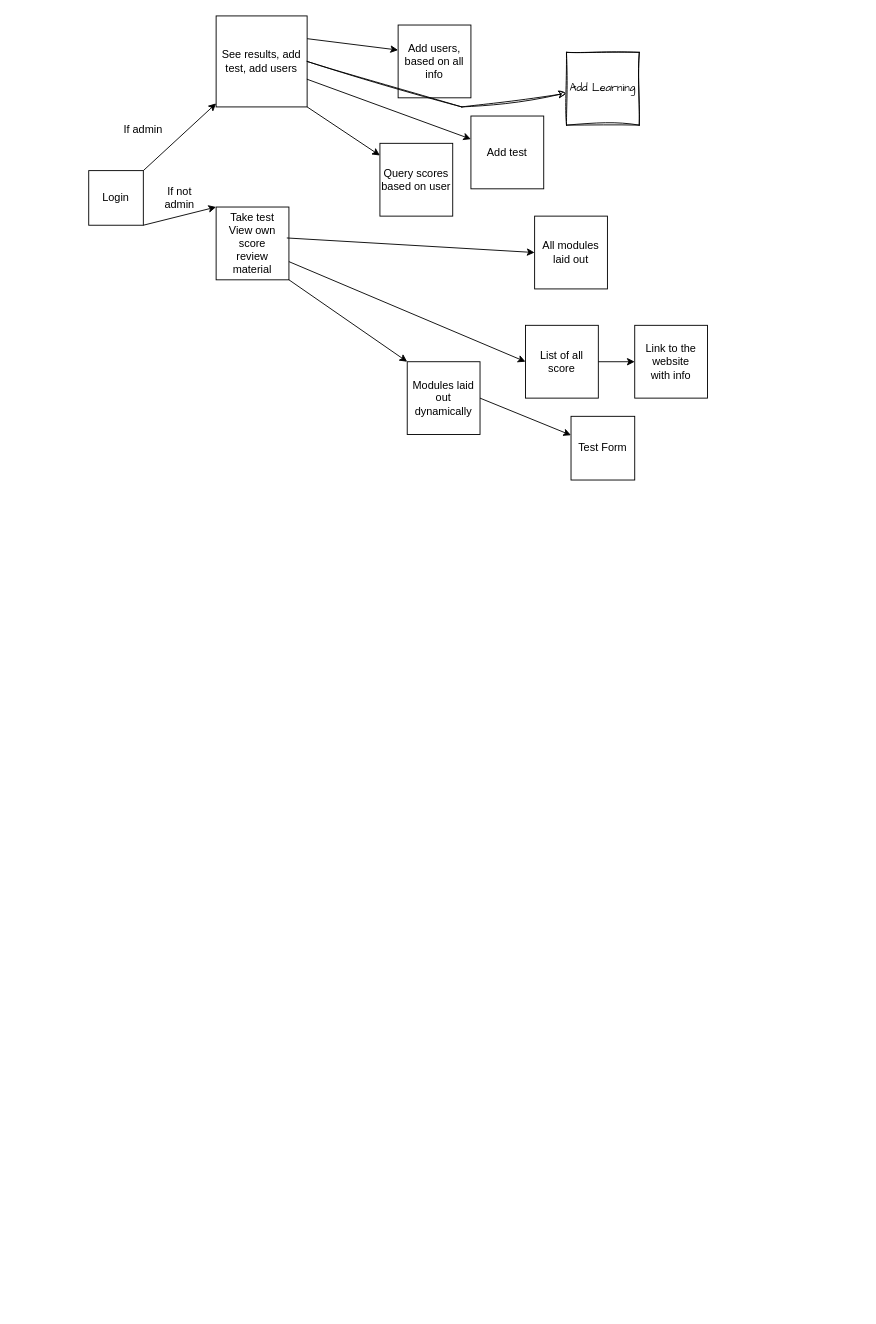
The draw.io diagram SkilltronicsLayout.drawio in Dylan-Hoang03/Skilltronics, before the edit. Source tidied: cells renumbered, new cells numbered last; positions are measured from the earlier drawing's top-left corner, leaving out a move shared by most shapes. Both pictures are drawn from the tidied source at 91%, with x=0, y=0 at pixel (88, 15).
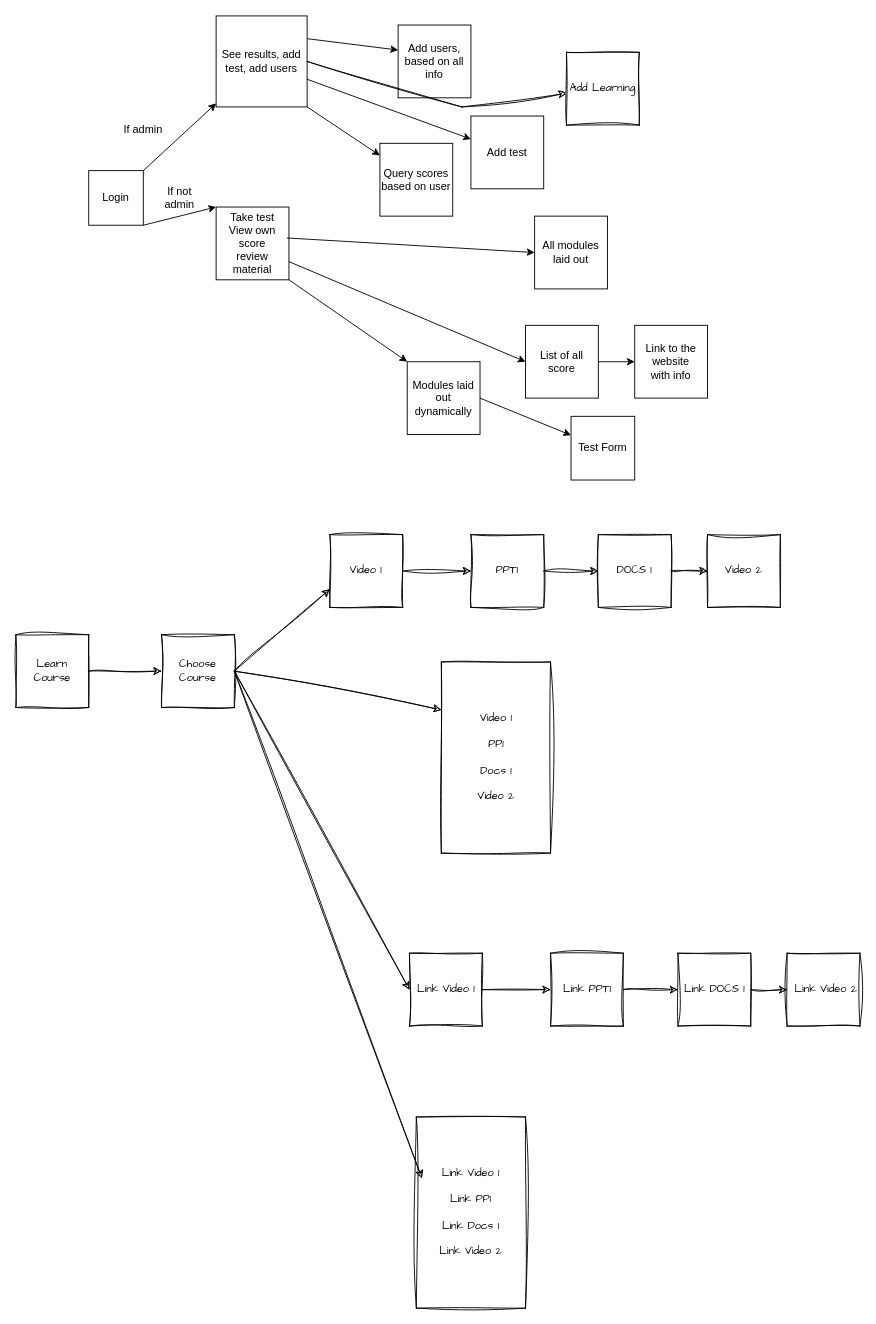
The same page after the edit.

Change to the diagram source:
```diff
@@
+    <mxCell id="27" value="Learn Course" style="whiteSpace=wrap;html=1;sketch=1;hachureGap=4;jiggle=2;curveFitting=1;fontFamily=Architects Daughter;direction=south;" parent="1" vertex="1">
+      <mxGeometry x="-80" y="680" width="80" height="80" as="geometry" />
+    </mxCell>
+    <mxCell id="28" style="endArrow=classic;html=1;rounded=0;sketch=1;hachureGap=4;jiggle=2;curveFitting=1;fontFamily=Architects Daughter;exitX=0.5;exitY=0;exitDx=0;exitDy=0;" parent="1" edge="1" source="27">
+      <mxGeometry relative="1" as="geometry">
+        <mxPoint x="80" y="720" as="targetPoint" />
+      </mxGeometry>
+    </mxCell>
+    <mxCell id="29" value="Choose Course" style="whiteSpace=wrap;html=1;sketch=1;hachureGap=4;jiggle=2;curveFitting=1;fontFamily=Architects Daughter;" parent="1" vertex="1">
+      <mxGeometry x="80" y="680" width="80" height="80" as="geometry" />
+    </mxCell>
+    <mxCell id="30" value="Video 1" style="whiteSpace=wrap;html=1;sketch=1;hachureGap=4;jiggle=2;curveFitting=1;fontFamily=Architects Daughter;" parent="1" vertex="1">
+      <mxGeometry x="265" y="570" width="80" height="80" as="geometry" />
+    </mxCell>
+    <mxCell id="31" value="Video 2" style="whiteSpace=wrap;html=1;sketch=1;hachureGap=4;jiggle=2;curveFitting=1;fontFamily=Architects Daughter;" parent="1" vertex="1">
+      <mxGeometry x="680" y="570" width="80" height="80" as="geometry" />
+    </mxCell>
+    <mxCell id="32" value="DOCS 1" style="whiteSpace=wrap;html=1;sketch=1;hachureGap=4;jiggle=2;curveFitting=1;fontFamily=Architects Daughter;" parent="1" vertex="1">
+      <mxGeometry x="560" y="570" width="80" height="80" as="geometry" />
+    </mxCell>
+    <mxCell id="33" value="PPT1" style="whiteSpace=wrap;html=1;sketch=1;hachureGap=4;jiggle=2;curveFitting=1;fontFamily=Architects Daughter;" parent="1" vertex="1">
+      <mxGeometry x="420" y="570" width="80" height="80" as="geometry" />
+    </mxCell>
+    <mxCell id="34" style="endArrow=classic;html=1;rounded=0;sketch=1;hachureGap=4;jiggle=2;curveFitting=1;fontFamily=Architects Daughter;entryX=0;entryY=0.5;entryDx=0;entryDy=0;exitX=1;exitY=0.5;exitDx=0;exitDy=0;" parent="1" edge="1" source="33" target="32">
+      <mxGeometry relative="1" as="geometry" />
+    </mxCell>
+    <mxCell id="35" style="endArrow=classic;html=1;rounded=0;sketch=1;hachureGap=4;jiggle=2;curveFitting=1;fontFamily=Architects Daughter;entryX=0;entryY=0.5;entryDx=0;entryDy=0;" parent="1" edge="1" source="32" target="31">
+      <mxGeometry relative="1" as="geometry" />
+    </mxCell>
+    <mxCell id="36" style="endArrow=classic;html=1;rounded=0;sketch=1;hachureGap=4;jiggle=2;curveFitting=1;fontFamily=Architects Daughter;exitX=1;exitY=0.5;exitDx=0;exitDy=0;entryX=0;entryY=0.5;entryDx=0;entryDy=0;" parent="1" edge="1" source="30" target="33">
+      <mxGeometry relative="1" as="geometry" />
+    </mxCell>
+    <mxCell id="37" style="endArrow=classic;html=1;rounded=0;sketch=1;hachureGap=4;jiggle=2;curveFitting=1;fontFamily=Architects Daughter;entryX=0;entryY=0.75;entryDx=0;entryDy=0;exitX=1;exitY=0.5;exitDx=0;exitDy=0;" parent="1" edge="1" source="29" target="30">
+      <mxGeometry relative="1" as="geometry">
+        <Array as="points">
+          <mxPoint x="160" y="720" />
+        </Array>
+      </mxGeometry>
+    </mxCell>
+    <mxCell id="38" value="Video 1&lt;div&gt;&lt;br&gt;&lt;/div&gt;&lt;div&gt;PP1&lt;/div&gt;&lt;div&gt;&lt;br&gt;&lt;/div&gt;&lt;div&gt;Docs 1&lt;/div&gt;&lt;div&gt;&lt;br&gt;&lt;/div&gt;&lt;div&gt;Video 2&lt;/div&gt;" style="rounded=0;whiteSpace=wrap;html=1;sketch=1;hachureGap=4;jiggle=2;curveFitting=1;fontFamily=Architects Daughter;" parent="1" vertex="1">
+      <mxGeometry x="387.5" y="710" width="120" height="210" as="geometry" />
+    </mxCell>
+    <mxCell id="39" style="endArrow=classic;html=1;rounded=0;sketch=1;hachureGap=4;jiggle=2;curveFitting=1;fontFamily=Architects Daughter;exitX=1;exitY=0.5;exitDx=0;exitDy=0;entryX=0;entryY=0.25;entryDx=0;entryDy=0;" parent="1" edge="1" source="29" target="38">
+      <mxGeometry relative="1" as="geometry" />
+    </mxCell>
+    <mxCell id="40" value="Link Video 1" style="whiteSpace=wrap;html=1;sketch=1;hachureGap=4;jiggle=2;curveFitting=1;fontFamily=Architects Daughter;" parent="1" vertex="1">
+      <mxGeometry x="352.5" y="1030" width="80" height="80" as="geometry" />
+    </mxCell>
+    <mxCell id="41" value="&amp;nbsp;Link Video 2" style="whiteSpace=wrap;html=1;sketch=1;hachureGap=4;jiggle=2;curveFitting=1;fontFamily=Architects Daughter;" parent="1" vertex="1">
+      <mxGeometry x="767.5" y="1030" width="80" height="80" as="geometry" />
+    </mxCell>
+    <mxCell id="42" value="Link DOCS 1" style="whiteSpace=wrap;html=1;sketch=1;hachureGap=4;jiggle=2;curveFitting=1;fontFamily=Architects Daughter;" parent="1" vertex="1">
+      <mxGeometry x="647.5" y="1030" width="80" height="80" as="geometry" />
+    </mxCell>
+    <mxCell id="43" value="Link PPT1" style="whiteSpace=wrap;html=1;sketch=1;hachureGap=4;jiggle=2;curveFitting=1;fontFamily=Architects Daughter;" parent="1" vertex="1">
+      <mxGeometry x="507.5" y="1030" width="80" height="80" as="geometry" />
+    </mxCell>
+    <mxCell id="44" style="endArrow=classic;html=1;rounded=0;sketch=1;hachureGap=4;jiggle=2;curveFitting=1;fontFamily=Architects Daughter;entryX=0;entryY=0.5;entryDx=0;entryDy=0;exitX=1;exitY=0.5;exitDx=0;exitDy=0;" parent="1" edge="1" source="43" target="42">
+      <mxGeometry relative="1" as="geometry" />
+    </mxCell>
+    <mxCell id="45" style="endArrow=classic;html=1;rounded=0;sketch=1;hachureGap=4;jiggle=2;curveFitting=1;fontFamily=Architects Daughter;entryX=0;entryY=0.5;entryDx=0;entryDy=0;" parent="1" edge="1" source="42" target="41">
+      <mxGeometry relative="1" as="geometry" />
+    </mxCell>
+    <mxCell id="46" style="endArrow=classic;html=1;rounded=0;sketch=1;hachureGap=4;jiggle=2;curveFitting=1;fontFamily=Architects Daughter;exitX=1;exitY=0.5;exitDx=0;exitDy=0;entryX=0;entryY=0.5;entryDx=0;entryDy=0;" parent="1" edge="1" source="40" target="43">
+      <mxGeometry relative="1" as="geometry" />
+    </mxCell>
+    <mxCell id="47" value="Link Video 1&lt;div&gt;&lt;br&gt;&lt;/div&gt;&lt;div&gt;Link PP1&lt;/div&gt;&lt;div&gt;&lt;br&gt;&lt;/div&gt;&lt;div&gt;Link Docs 1&lt;/div&gt;&lt;div&gt;&lt;br&gt;&lt;/div&gt;&lt;div&gt;Link Video 2&lt;/div&gt;" style="rounded=0;whiteSpace=wrap;html=1;sketch=1;hachureGap=4;jiggle=2;curveFitting=1;fontFamily=Architects Daughter;" parent="1" vertex="1">
+      <mxGeometry x="360" y="1210" width="120" height="210" as="geometry" />
+    </mxCell>
+    <mxCell id="48" style="endArrow=classic;html=1;rounded=0;sketch=1;hachureGap=4;jiggle=2;curveFitting=1;fontFamily=Architects Daughter;entryX=0.051;entryY=0.32;entryDx=0;entryDy=0;entryPerimeter=0;" parent="1" edge="1" target="47">
+      <mxGeometry relative="1" as="geometry">
+        <mxPoint x="160" y="720" as="sourcePoint" />
+      </mxGeometry>
+    </mxCell>
+    <mxCell id="49" style="endArrow=classic;html=1;rounded=0;sketch=1;hachureGap=4;jiggle=2;curveFitting=1;fontFamily=Architects Daughter;exitX=1;exitY=0.5;exitDx=0;exitDy=0;entryX=0;entryY=0.5;entryDx=0;entryDy=0;" parent="1" edge="1" source="29" target="40">
+      <mxGeometry relative="1" as="geometry" />
+    </mxCell>
```
